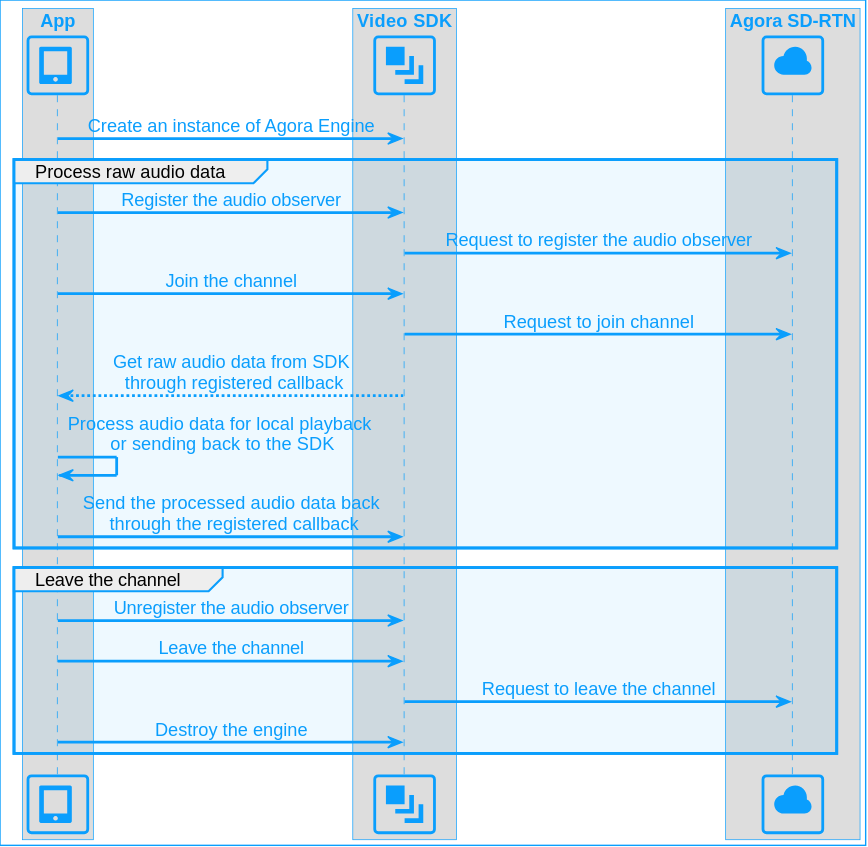
Before: assets/images/video-sdk/process-raw-audio.svg, a diagram exported from PlantUML (AgoraIO/Docs-Source). Its diagram source:
```plantuml
@startuml
!include agora_skin.iuml

box "App"
participant "<size:40><&tablet>" as APP
end box

box "Video SDK"
participant "<size:40><&layers>" as SDK
end box

box "Agora SD-RTN"
participant "<size:40><&cloud>" as RTN
end box

APP -> SDK: Create an instance of Agora Engine

group Process raw audio data
APP -> SDK: Register the audio observer
SDK -> RTN: Request to register the audio observer
APP -> SDK: Join the channel
SDK -> RTN: Request to join channel
APP <-- SDK: Get raw audio data from SDK\n through registered callback
APP -> APP: Process audio data for local playback\n or sending back to the SDK
APP -> SDK: Send the processed audio data back\n through the registered callback
end

group Leave the channel
APP -> SDK: Unregister the audio observer
APP -> SDK: Leave the channel
SDK -> RTN: Request to leave the channel
APP -> SDK: Destroy the engine
end
@enduml
```
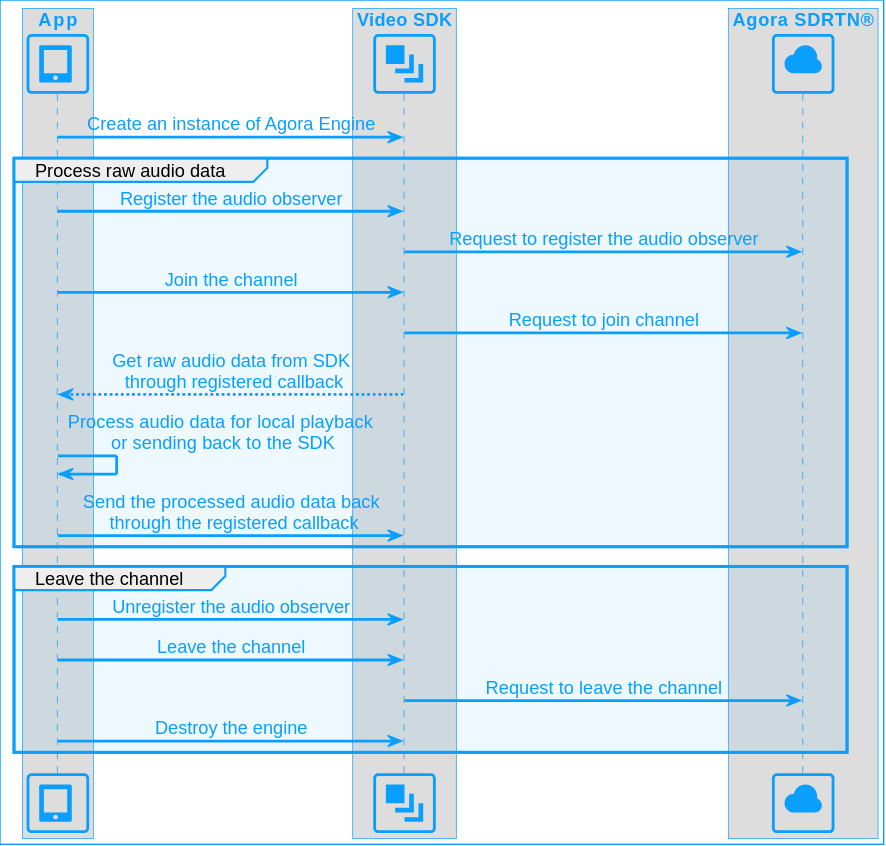
The same file after the commit.

Change to the diagram source:
```diff
@@ -9,7 +9,7 @@
 participant "<size:40><&layers>" as SDK
 end box
 
-box "Agora SD-RTN"
+box "Agora SDRTN®"
 participant "<size:40><&cloud>" as RTN
 end box
 
```
